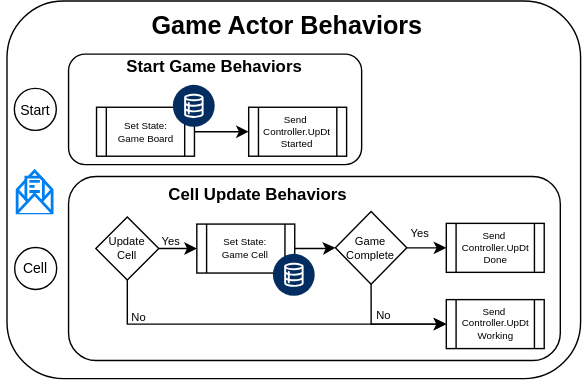
This is docs/diagrams/GameActor.svg from sunlao/py_sudoku_solver, a draw.io export, as it was before one commit. Source tidied: cells renumbered, new cells last; positions are measured from the earlier drawing's top-left corner, leaving out a move shared by most shapes.
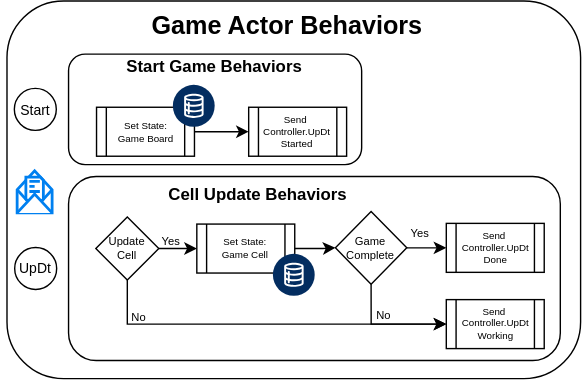
Above is the later version.

Change to the diagram source:
```diff
@@ -8,7 +8,7 @@
     <mxCell id="3" style="rounded=1;whiteSpace=wrap;html=1;" parent="1" vertex="1">
       <mxGeometry x="48.5" y="38" width="209.5" height="79" as="geometry" />
     </mxCell>
-    <mxCell id="4" value="Cell" style="ellipse;whiteSpace=wrap;html=1;fontSize=10;" parent="1" vertex="1">
+    <mxCell id="4" value="UpDt" style="ellipse;whiteSpace=wrap;html=1;fontSize=10;" parent="1" vertex="1">
       <mxGeometry x="10" y="176.2" width="30" height="30" as="geometry" />
     </mxCell>
     <mxCell id="5" style="html=1;verticalLabelPosition=bottom;align=center;labelBackgroundColor=#ffffff;verticalAlign=top;strokeWidth=2;strokeColor=#0080F0;shadow=0;dashed=0;shape=mxgraph.ios7.icons.envelope_(message);" parent="1" vertex="1">
```
